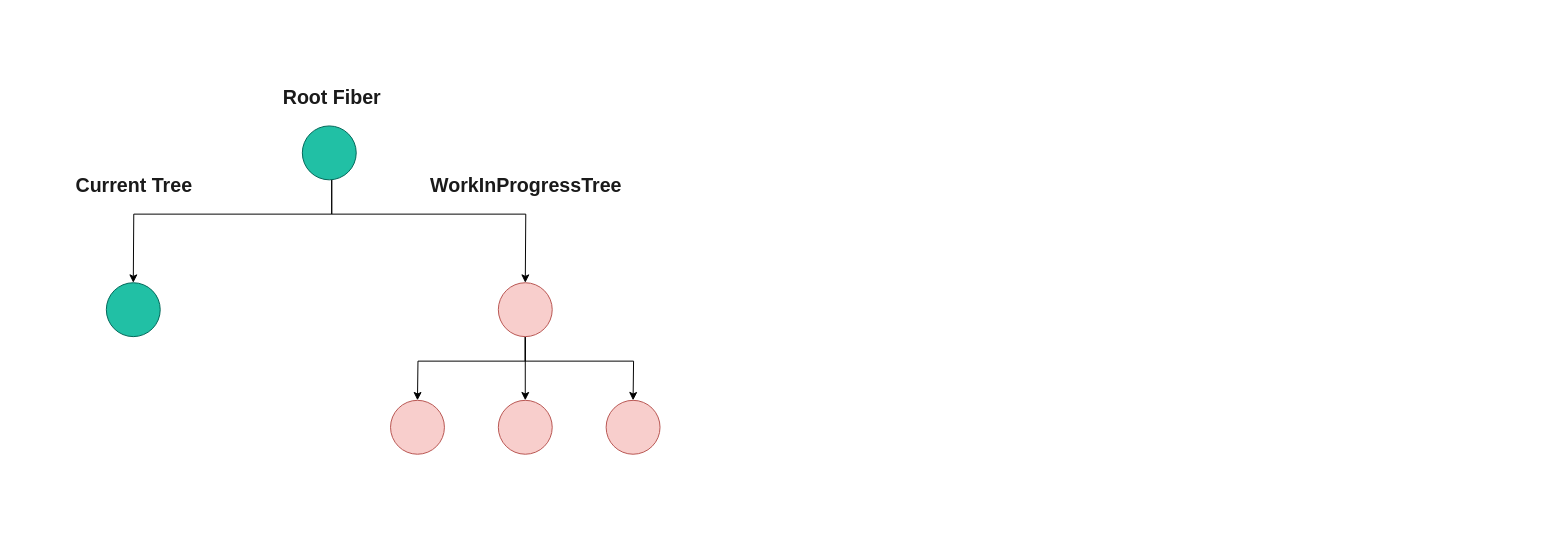
Above: fiber-flow.drawio in goodjun/drawio (draw.io), before the change. Source tidied: cells renumbered, new cells numbered last; positions are measured from the earlier drawing's top-left corner, leaving out a move shared by most shapes. Both pictures are drawn from the tidied source at 98%, with x=0, y=0 at pixel (65, 76).
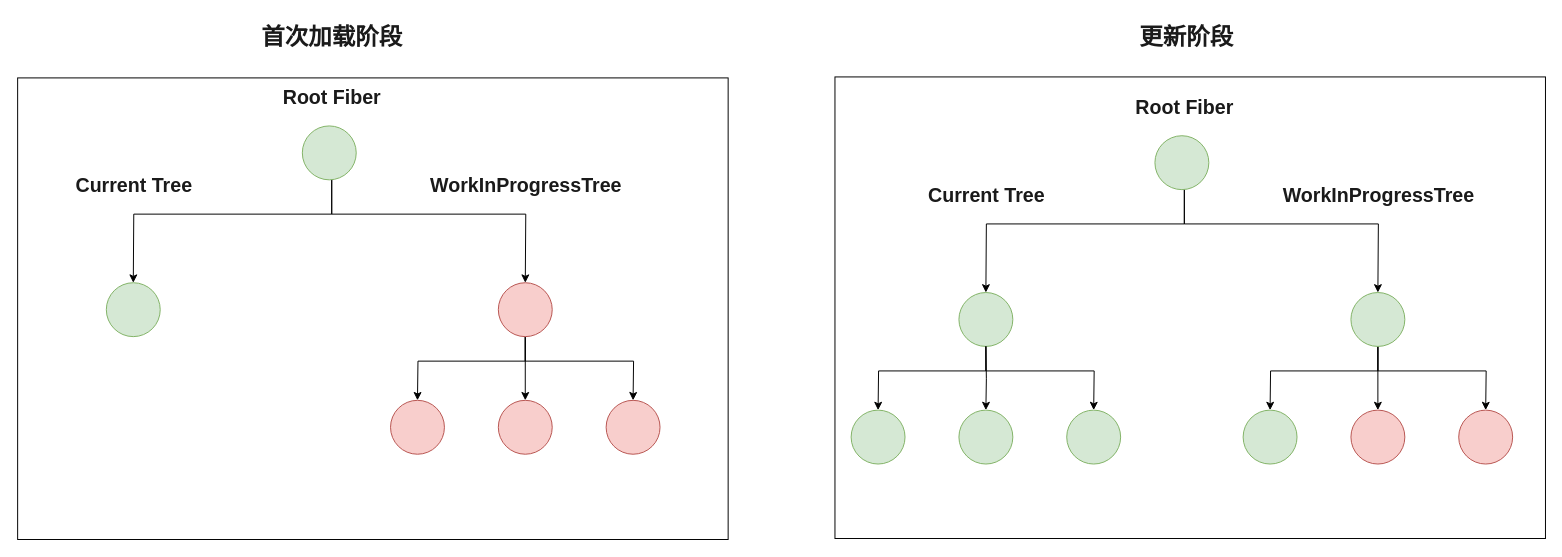
The same page after the edit.

What changed in the source:
```diff
@@
+    <mxCell id="16" style="rounded=0;whiteSpace=wrap;html=1;fontSize=20;" parent="1" vertex="1">
+      <mxGeometry x="-48.5" y="1" width="725" height="471" as="geometry" />
+    </mxCell>
+    <mxCell id="17" style="rounded=0;whiteSpace=wrap;html=1;fontSize=20;" parent="1" vertex="1">
+      <mxGeometry x="785.5" width="725" height="471" as="geometry" />
+    </mxCell>
@@
-    <mxCell id="4" style="ellipse;whiteSpace=wrap;html=1;fillColor=#21C0A5;strokeColor=#006658;fontColor=#5C5C5C;" parent="1" vertex="1">
+    <mxCell id="4" style="ellipse;whiteSpace=wrap;html=1;fillColor=#d5e8d4;strokeColor=#82b366;" parent="1" vertex="1">
       <mxGeometry x="242" y="50" width="55" height="55" as="geometry" />
     </mxCell>
-    <mxCell id="5" style="ellipse;whiteSpace=wrap;html=1;fillColor=#21C0A5;strokeColor=#006658;fontColor=#5C5C5C;" parent="1" vertex="1">
+    <mxCell id="5" style="ellipse;whiteSpace=wrap;html=1;fillColor=#d5e8d4;strokeColor=#82b366;" parent="1" vertex="1">
       <mxGeometry x="42" y="210" width="55" height="55" as="geometry" />
     </mxCell>
@@
+    <mxCell id="18" style="edgeStyle=orthogonalEdgeStyle;rounded=0;jettySize=auto;html=1;fontColor=#5C5C5C;" parent="1" edge="1" source="20" target="21">
+      <mxGeometry relative="1" as="geometry">
+        <Array as="points">
+          <mxPoint x="1142" y="150" />
+          <mxPoint x="940" y="150" />
+        </Array>
+      </mxGeometry>
+    </mxCell>
+    <mxCell id="19" style="edgeStyle=orthogonalEdgeStyle;rounded=0;jettySize=auto;html=1;fontColor=#5C5C5C;" parent="1" edge="1" source="20" target="25">
+      <mxGeometry relative="1" as="geometry">
+        <Array as="points">
+          <mxPoint x="1142" y="150" />
+          <mxPoint x="1340" y="150" />
+        </Array>
+      </mxGeometry>
+    </mxCell>
+    <mxCell id="20" style="ellipse;whiteSpace=wrap;html=1;fillColor=#d5e8d4;strokeColor=#82b366;" parent="1" vertex="1">
+      <mxGeometry x="1112" y="60" width="55" height="55" as="geometry" />
+    </mxCell>
+    <mxCell id="21" style="ellipse;whiteSpace=wrap;html=1;fillColor=#d5e8d4;strokeColor=#82b366;" parent="1" vertex="1">
+      <mxGeometry x="912" y="220" width="55" height="55" as="geometry" />
+    </mxCell>
+    <mxCell id="22" style="edgeStyle=orthogonalEdgeStyle;rounded=0;jettySize=auto;html=1;fontSize=20;fontColor=#5C5C5C;" parent="1" edge="1" source="25" target="27">
+      <mxGeometry relative="1" as="geometry">
+        <Array as="points">
+          <mxPoint x="1340" y="300" />
+          <mxPoint x="1230" y="300" />
+        </Array>
+      </mxGeometry>
+    </mxCell>
+    <mxCell id="23" style="edgeStyle=orthogonalEdgeStyle;rounded=0;jettySize=auto;html=1;fontSize=20;fontColor=#5C5C5C;" parent="1" edge="1" source="25" target="26">
+      <mxGeometry relative="1" as="geometry" />
+    </mxCell>
+    <mxCell id="24" style="edgeStyle=orthogonalEdgeStyle;rounded=0;jettySize=auto;html=1;fontSize=20;fontColor=#5C5C5C;" parent="1" edge="1" source="25" target="28">
+      <mxGeometry relative="1" as="geometry">
+        <Array as="points">
+          <mxPoint x="1340" y="300" />
+          <mxPoint x="1450" y="300" />
+        </Array>
+      </mxGeometry>
+    </mxCell>
+    <mxCell id="25" style="ellipse;whiteSpace=wrap;html=1;fillColor=#d5e8d4;strokeColor=#82b366;" parent="1" vertex="1">
+      <mxGeometry x="1312" y="220" width="55" height="55" as="geometry" />
+    </mxCell>
+    <mxCell id="26" style="ellipse;whiteSpace=wrap;html=1;fillColor=#f8cecc;strokeColor=#b85450;" parent="1" vertex="1">
+      <mxGeometry x="1312" y="340" width="55" height="55" as="geometry" />
+    </mxCell>
+    <mxCell id="27" style="ellipse;whiteSpace=wrap;html=1;fillColor=#d5e8d4;strokeColor=#82b366;" parent="1" vertex="1">
+      <mxGeometry x="1202" y="340" width="55" height="55" as="geometry" />
+    </mxCell>
+    <mxCell id="28" style="ellipse;whiteSpace=wrap;html=1;fillColor=#f8cecc;strokeColor=#b85450;" parent="1" vertex="1">
+      <mxGeometry x="1422" y="340" width="55" height="55" as="geometry" />
+    </mxCell>
+    <mxCell id="29" value="Root Fiber" style="text;html=1;align=center;verticalAlign=middle;fillColor=none;strokeColor=none;rounded=0;fontColor=#1A1A1A;fontSize=20;fontStyle=1;" parent="1" vertex="1">
+      <mxGeometry x="1082" y="10" width="120" height="40" as="geometry" />
+    </mxCell>
+    <mxCell id="30" value="Current Tree" style="text;html=1;align=center;verticalAlign=middle;fillColor=none;strokeColor=none;rounded=0;fontColor=#1A1A1A;fontSize=20;fontStyle=1;" parent="1" vertex="1">
+      <mxGeometry x="869.5" y="100" width="140" height="40" as="geometry" />
+    </mxCell>
+    <mxCell id="31" value="WorkInProgressTree" style="text;html=1;align=center;verticalAlign=middle;fillColor=none;strokeColor=none;rounded=0;fontColor=#1A1A1A;fontSize=20;fontStyle=1;" parent="1" vertex="1">
+      <mxGeometry x="1229.5" y="100" width="220" height="40" as="geometry" />
+    </mxCell>
+    <mxCell id="32" style="edgeStyle=orthogonalEdgeStyle;rounded=0;jettySize=auto;html=1;fontSize=20;fontColor=#5C5C5C;" parent="1" edge="1" target="36">
+      <mxGeometry relative="1" as="geometry">
+        <mxPoint x="939.5" y="275" as="sourcePoint" />
+        <Array as="points">
+          <mxPoint x="940" y="300" />
+          <mxPoint x="830" y="300" />
+        </Array>
+      </mxGeometry>
+    </mxCell>
+    <mxCell id="33" style="edgeStyle=orthogonalEdgeStyle;rounded=0;jettySize=auto;html=1;fontSize=20;fontColor=#5C5C5C;" parent="1" edge="1" target="35">
+      <mxGeometry relative="1" as="geometry">
+        <mxPoint x="939.5" y="275" as="sourcePoint" />
+      </mxGeometry>
+    </mxCell>
+    <mxCell id="34" style="edgeStyle=orthogonalEdgeStyle;rounded=0;jettySize=auto;html=1;fontSize=20;fontColor=#5C5C5C;" parent="1" edge="1" target="37">
+      <mxGeometry relative="1" as="geometry">
+        <mxPoint x="939.5" y="275" as="sourcePoint" />
+        <Array as="points">
+          <mxPoint x="940" y="300" />
+          <mxPoint x="1050" y="300" />
+        </Array>
+      </mxGeometry>
+    </mxCell>
+    <mxCell id="35" style="ellipse;whiteSpace=wrap;html=1;fillColor=#d5e8d4;strokeColor=#82b366;" parent="1" vertex="1">
+      <mxGeometry x="912" y="340" width="55" height="55" as="geometry" />
+    </mxCell>
+    <mxCell id="36" style="ellipse;whiteSpace=wrap;html=1;fillColor=#d5e8d4;strokeColor=#82b366;" parent="1" vertex="1">
+      <mxGeometry x="802" y="340" width="55" height="55" as="geometry" />
+    </mxCell>
+    <mxCell id="37" style="ellipse;whiteSpace=wrap;html=1;fillColor=#d5e8d4;strokeColor=#82b366;" parent="1" vertex="1">
+      <mxGeometry x="1022" y="340" width="55" height="55" as="geometry" />
+    </mxCell>
+    <mxCell id="38" value="首次加载阶段" style="text;html=1;align=center;verticalAlign=middle;fillColor=none;strokeColor=none;rounded=0;fontColor=#1A1A1A;fontSize=24;fontStyle=1;" parent="1" vertex="1">
+      <mxGeometry x="191" y="-61" width="162" height="41" as="geometry" />
+    </mxCell>
+    <mxCell id="39" value="更新阶段" style="text;html=1;align=center;verticalAlign=middle;fillColor=none;strokeColor=none;rounded=0;fontColor=#1A1A1A;fontSize=24;fontStyle=1;" parent="1" vertex="1">
+      <mxGeometry x="1086.5" y="-61" width="114" height="41" as="geometry" />
+    </mxCell>
```
